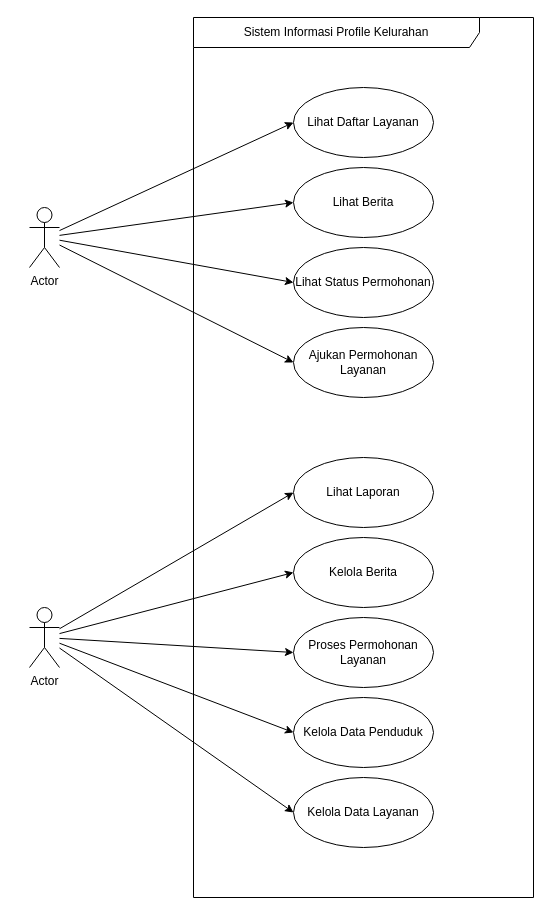
This is docs/KP-UseCaseDiagram.drawio from SammEccent/Project-KP, a draw.io file, before an edit. Source tidied: cells renumbered, new cells numbered last; positions are measured from the earlier drawing's top-left corner, leaving out a move shared by most shapes. Both pictures are drawn from the tidied source at 100%, with x=0, y=0 at pixel (29, 17).
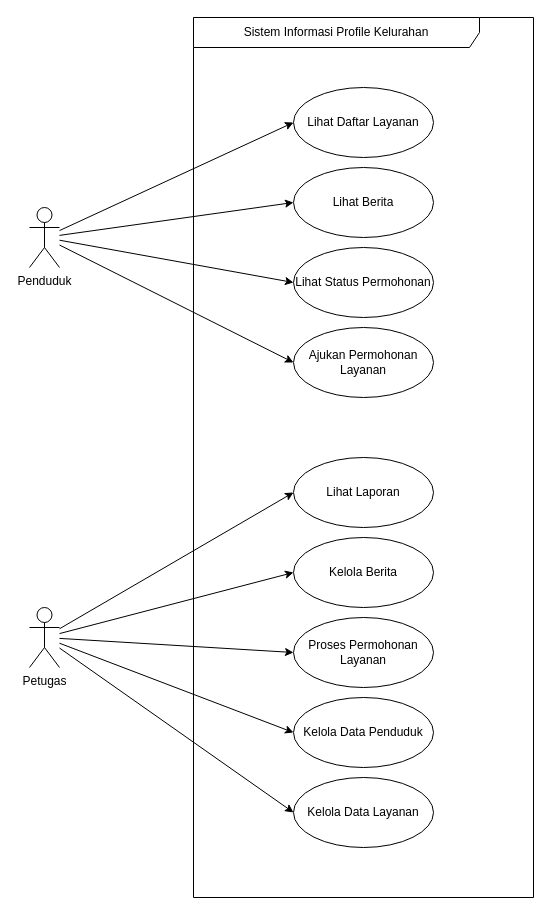
The same page after the edit.

What changed in the source:
```diff
@@
-    <mxCell id="16" value="Actor" style="shape=umlActor;verticalLabelPosition=bottom;verticalAlign=top;html=1;outlineConnect=0;" parent="1" vertex="1">
+    <mxCell id="16" value="Penduduk" style="shape=umlActor;verticalLabelPosition=bottom;verticalAlign=top;html=1;outlineConnect=0;" parent="1" vertex="1">
       <mxGeometry y="190" width="30" height="60" as="geometry" />
     </mxCell>
-    <mxCell id="17" value="Actor" style="shape=umlActor;verticalLabelPosition=bottom;verticalAlign=top;html=1;outlineConnect=0;" parent="1" vertex="1">
+    <mxCell id="17" value="Petugas" style="shape=umlActor;verticalLabelPosition=bottom;verticalAlign=top;html=1;outlineConnect=0;" parent="1" vertex="1">
       <mxGeometry y="590" width="30" height="60" as="geometry" />
     </mxCell>
```
